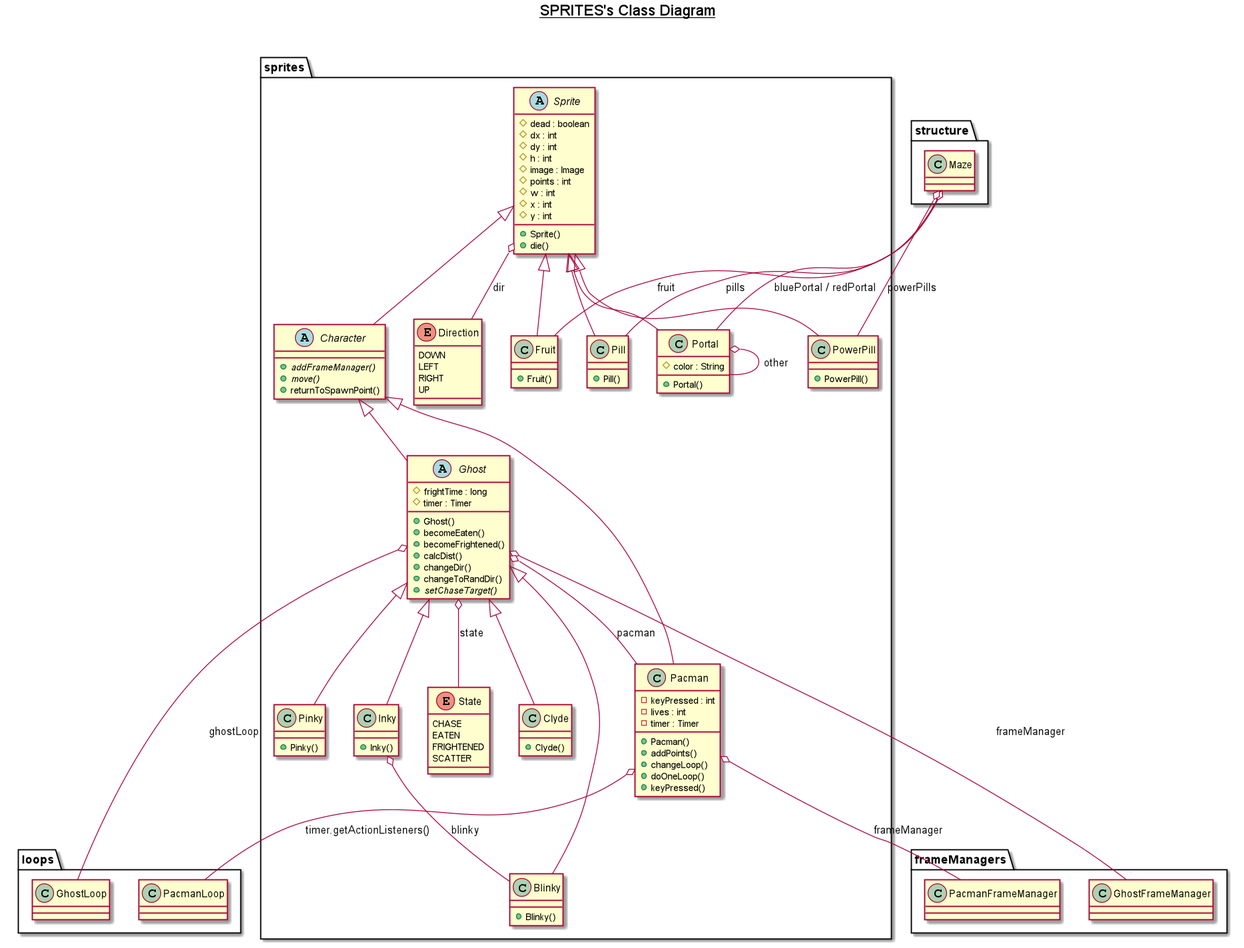
This is UMLs/sprites.png from frnocentini/jpacman, a PlantUML export, as it was before one commit.
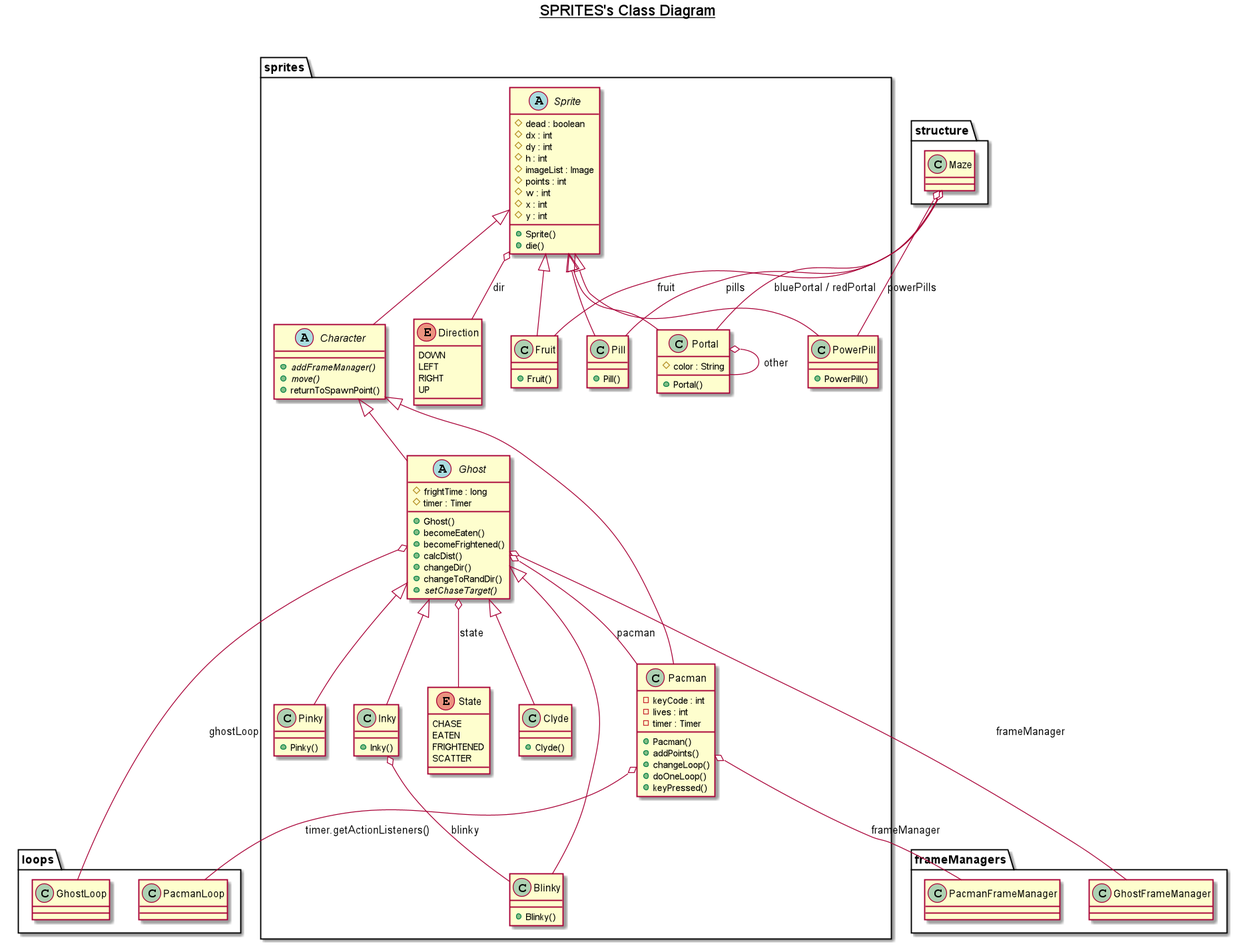
After the commit.

What changed in the source:
```diff
@@ -39,7 +39,7 @@
           + Inky()
       }
       class sprites.Pacman {
-          - keyPressed : int
+          - keyCode : int
           - lives : int
           - timer : Timer
           + Pacman()
@@ -66,7 +66,7 @@
           # dx : int
           # dy : int
           # h : int
-          # image : Image
+          # imageList : Image
           # points : int
           # w : int
           # x : int
```
